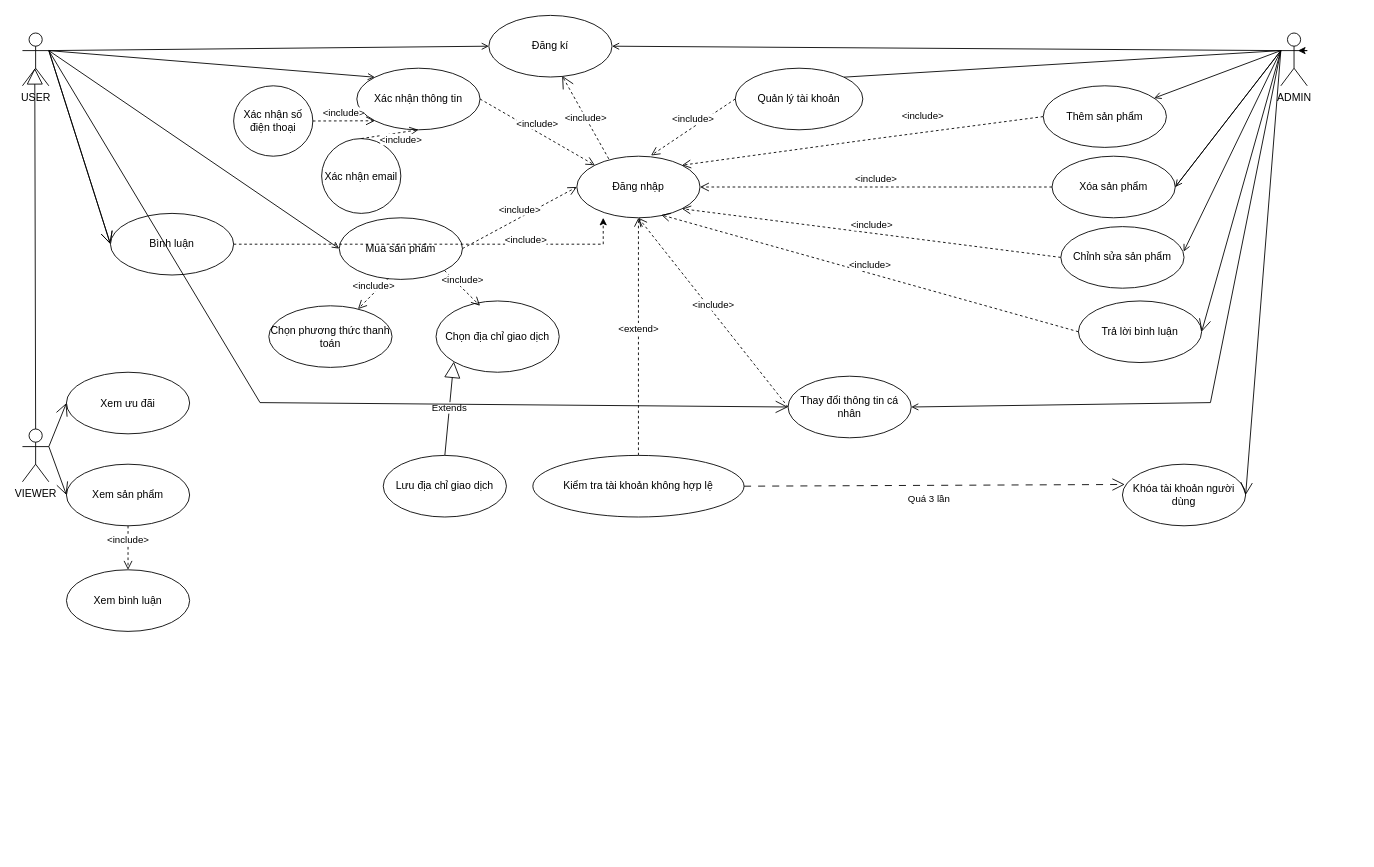
The draw.io diagram USECASE.drawio in LeeTaDa/LeTatDat, before the edit. Source tidied: cells renumbered, new cells numbered last; positions are measured from the earlier drawing's top-left corner, leaving out a move shared by most shapes. Both pictures are drawn from the tidied source at 88%, with x=0, y=0 at pixel (22, 15).
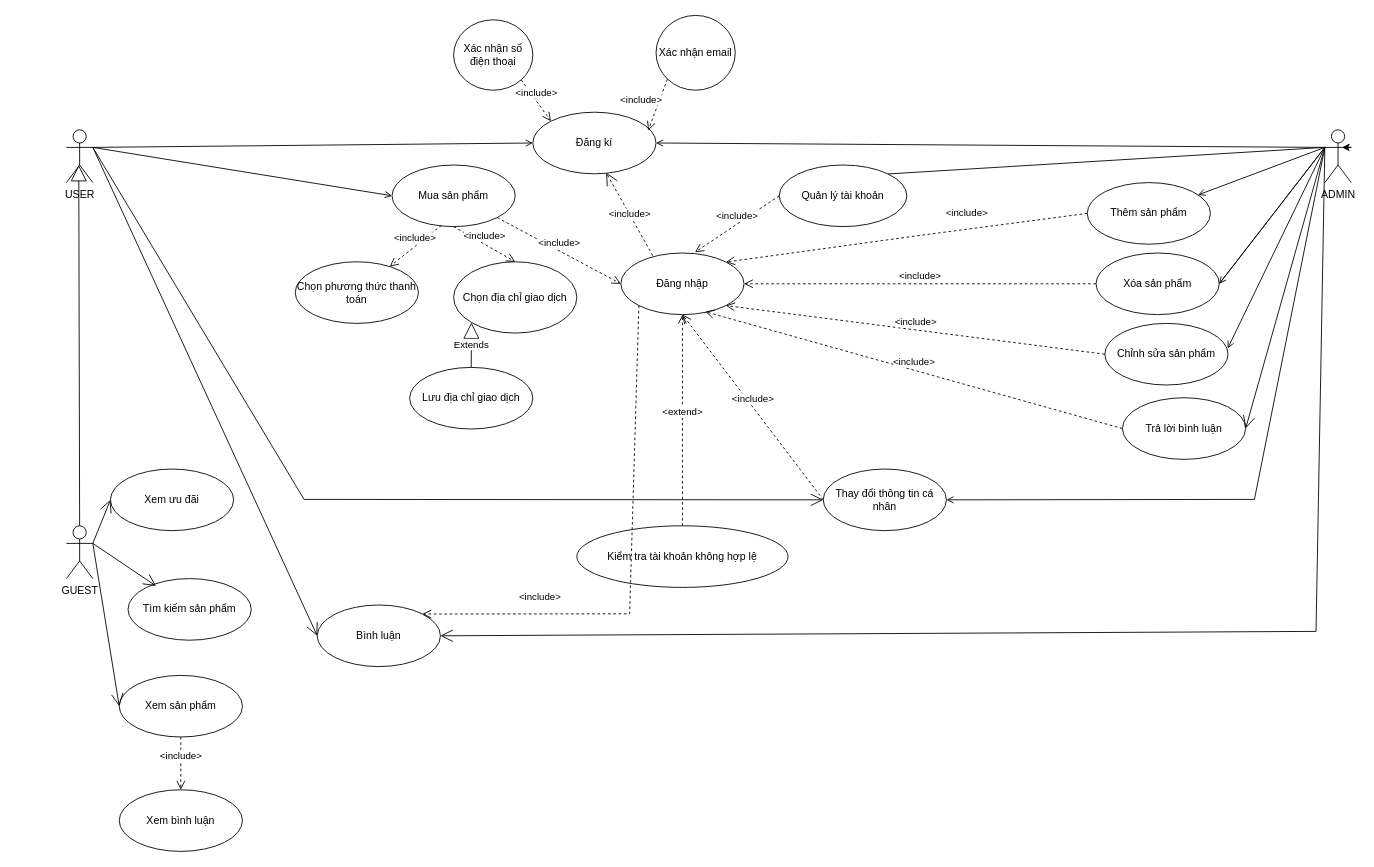
The same diagram, later.

The edit, as a diff of the source:
```diff
@@
     <mxCell id="2" value="USER&lt;div&gt;&lt;br&gt;&lt;/div&gt;" style="shape=umlActor;verticalLabelPosition=bottom;verticalAlign=top;html=1;" parent="1" vertex="1">
-      <mxGeometry y="20" width="30" height="60" as="geometry" />
+      <mxGeometry x="50" y="130" width="30" height="60" as="geometry" />
     </mxCell>
     <mxCell id="3" value="Đăng kí" style="ellipse;whiteSpace=wrap;html=1;" parent="1" vertex="1">
-      <mxGeometry x="530" width="140" height="70" as="geometry" />
+      <mxGeometry x="580" y="110" width="140" height="70" as="geometry" />
     </mxCell>
     <mxCell id="4" value="Thay đổi thông tin cá nhân" style="ellipse;whiteSpace=wrap;html=1;" parent="1" vertex="1">
-      <mxGeometry x="870" y="410" width="140" height="70" as="geometry" />
+      <mxGeometry x="910" y="515.5" width="140" height="70" as="geometry" />
     </mxCell>
     <mxCell id="5" value="Mua sản phẩm" style="ellipse;whiteSpace=wrap;html=1;" parent="1" vertex="1">
-      <mxGeometry x="360" y="230" width="140" height="70" as="geometry" />
+      <mxGeometry x="420" y="170" width="140" height="70" as="geometry" />
     </mxCell>
     <mxCell id="6" value="ADMIN&lt;div&gt;&lt;br&gt;&lt;/div&gt;" style="shape=umlActor;verticalLabelPosition=bottom;verticalAlign=top;html=1;" parent="1" vertex="1">
-      <mxGeometry x="1430" y="20" width="30" height="60" as="geometry" />
+      <mxGeometry x="1480" y="130" width="30" height="60" as="geometry" />
     </mxCell>
-    <mxCell id="7" style="endArrow=open;html=1;rounded=0;entryX=0;entryY=0.5;entryDx=0;entryDy=0;exitX=1;exitY=0.3333333333333333;exitDx=0;exitDy=0;exitPerimeter=0;endFill=0;" parent="1" edge="1" source="2" target="3">
-      <mxGeometry relative="1" as="geometry" />
+    <mxCell id="7" style="endArrow=open;html=1;rounded=0;entryX=0;entryY=0.5;entryDx=0;entryDy=0;exitX=1;exitY=0.3333333333333333;exitDx=0;exitDy=0;exitPerimeter=0;endFill=0;" parent="1" edge="1" source="2">
+      <mxGeometry relative="1" as="geometry">
+        <mxPoint x="580" y="145" as="targetPoint" />
+      </mxGeometry>
     </mxCell>
@@
-    <mxCell id="9" style="endArrow=none;html=1;rounded=0;exitX=1;exitY=0.5;exitDx=0;exitDy=0;entryX=0;entryY=0.3333333333333333;entryDx=0;entryDy=0;entryPerimeter=0;endFill=0;startArrow=open;startFill=0;" parent="1" edge="1" source="3" target="6">
-      <mxGeometry relative="1" as="geometry" />
+    <mxCell id="9" style="endArrow=none;html=1;rounded=0;exitX=1;exitY=0.5;exitDx=0;exitDy=0;entryX=0;entryY=0.3333333333333333;entryDx=0;entryDy=0;entryPerimeter=0;endFill=0;startArrow=open;startFill=0;" parent="1" edge="1" target="6">
+      <mxGeometry relative="1" as="geometry">
+        <mxPoint x="720" y="145" as="sourcePoint" />
+      </mxGeometry>
     </mxCell>
     <mxCell id="10" style="endArrow=none;html=1;rounded=0;exitX=1;exitY=0.5;exitDx=0;exitDy=0;entryX=0;entryY=0.3333333333333333;entryDx=0;entryDy=0;entryPerimeter=0;startArrow=open;startFill=0;" parent="1" edge="1" source="4" target="6">
       <mxGeometry relative="1" as="geometry">
         <Array as="points">
-          <mxPoint x="1350" y="440" />
+          <mxPoint x="1400" y="550" />
         </Array>
       </mxGeometry>
     </mxCell>
@@
     <mxCell id="12" value="Chỉnh sửa sản phẩm" style="ellipse;whiteSpace=wrap;html=1;" parent="1" vertex="1">
-      <mxGeometry x="1180" y="240" width="140" height="70" as="geometry" />
+      <mxGeometry x="1230" y="350" width="140" height="70" as="geometry" />
     </mxCell>
@@
     <mxCell id="16" value="Quản lý tài khoản" style="ellipse;whiteSpace=wrap;html=1;" parent="1" vertex="1">
-      <mxGeometry x="810" y="60" width="145" height="70" as="geometry" />
+      <mxGeometry x="860" y="170" width="145" height="70" as="geometry" />
     </mxCell>
@@
     <mxCell id="19" value="Kiểm tra tài khoản không hợp lệ" style="ellipse;whiteSpace=wrap;html=1;" parent="1" vertex="1">
-      <mxGeometry x="580" y="500" width="240" height="70" as="geometry" />
+      <mxGeometry x="630" y="580" width="240" height="70" as="geometry" />
     </mxCell>
     <mxCell id="20" value="Đăng nhập" style="ellipse;whiteSpace=wrap;html=1;" parent="1" vertex="1">
-      <mxGeometry x="630" y="160" width="140" height="70" as="geometry" />
+      <mxGeometry x="680" y="270" width="140" height="70" as="geometry" />
     </mxCell>
-    <mxCell id="21" style="endArrow=open;html=1;rounded=0;exitX=1;exitY=0.3333333333333333;exitDx=0;exitDy=0;exitPerimeter=0;entryX=0;entryY=0;entryDx=0;entryDy=0;startArrow=none;startFill=0;endFill=0;" parent="1" edge="1" source="2" target="32">
-      <mxGeometry relative="1" as="geometry" />
-    </mxCell>
-    <mxCell id="22" value="&amp;lt;include&amp;gt;" style="endArrow=open;endSize=12;dashed=1;html=1;rounded=0;exitX=0.259;exitY=0.043;exitDx=0;exitDy=0;exitPerimeter=0;entryX=0.595;entryY=0.981;entryDx=0;entryDy=0;entryPerimeter=0;" parent="1" edge="1" source="20" target="3">
-      <mxGeometry relative="1" as="geometry" />
+    <mxCell id="22" value="&amp;lt;include&amp;gt;" style="endArrow=open;endSize=12;dashed=1;html=1;rounded=0;exitX=0.259;exitY=0.043;exitDx=0;exitDy=0;exitPerimeter=0;entryX=0.595;entryY=0.981;entryDx=0;entryDy=0;entryPerimeter=0;" parent="1" edge="1" source="20">
+      <mxGeometry relative="1" as="geometry">
+        <mxPoint x="663.3" y="178.7" as="targetPoint" />
+      </mxGeometry>
     </mxCell>
@@
-    <mxCell id="25" value="&amp;lt;include&amp;gt;" style="html=1;verticalAlign=bottom;endArrow=open;dashed=1;endSize=8;curved=0;rounded=0;exitX=1;exitY=0.5;exitDx=0;exitDy=0;entryX=0;entryY=0.5;entryDx=0;entryDy=0;" parent="1" edge="1" source="5" target="20">
+    <mxCell id="25" value="&amp;lt;include&amp;gt;" style="html=1;verticalAlign=bottom;endArrow=open;dashed=1;endSize=8;curved=0;rounded=0;exitX=1;exitY=1;exitDx=0;exitDy=0;entryX=0;entryY=0.5;entryDx=0;entryDy=0;" parent="1" edge="1" source="5" target="20">
       <mxGeometry relative="1" as="geometry" />
     </mxCell>
     <mxCell id="26" value="&amp;lt;include&amp;gt;" style="html=1;verticalAlign=bottom;endArrow=open;dashed=1;endSize=8;curved=0;rounded=0;entryX=1;entryY=0;entryDx=0;entryDy=0;exitX=0;exitY=0.5;exitDx=0;exitDy=0;" parent="1" edge="1" source="30" target="20">
       <mxGeometry x="-0.34" y="-10" relative="1" as="geometry">
         <Array as="points">
-          <mxPoint x="970" y="140" />
+          <mxPoint x="1020" y="250" />
         </Array>
       </mxGeometry>
     </mxCell>
@@
     <mxCell id="30" value="Thêm sản phẩm" style="ellipse;whiteSpace=wrap;html=1;" parent="1" vertex="1">
-      <mxGeometry x="1160" y="80" width="140" height="70" as="geometry" />
+      <mxGeometry x="1210" y="190" width="140" height="70" as="geometry" />
     </mxCell>
     <mxCell id="31" value="Xóa sản phẩm" style="ellipse;whiteSpace=wrap;html=1;" parent="1" vertex="1">
-      <mxGeometry x="1170" y="160" width="140" height="70" as="geometry" />
+      <mxGeometry x="1220" y="270" width="140" height="70" as="geometry" />
     </mxCell>
-    <mxCell id="32" value="Xác nhận thông tin" style="ellipse;whiteSpace=wrap;html=1;" parent="1" vertex="1">
-      <mxGeometry x="380" y="60" width="140" height="70" as="geometry" />
-    </mxCell>
-    <mxCell id="33" value="&amp;lt;include&amp;gt;" style="html=1;verticalAlign=bottom;endArrow=open;dashed=1;endSize=8;curved=0;rounded=0;exitX=1;exitY=0.5;exitDx=0;exitDy=0;entryX=0;entryY=0;entryDx=0;entryDy=0;" parent="1" edge="1" source="32" target="20">
-      <mxGeometry relative="1" as="geometry" />
-    </mxCell>
     <mxCell id="34" value="Chọn&lt;span style=&quot;background-color: initial;&quot;&gt;&amp;nbsp;địa chỉ giao dịch&lt;/span&gt;" style="ellipse;whiteSpace=wrap;html=1;" parent="1" vertex="1">
-      <mxGeometry x="470" y="324.5" width="140" height="81" as="geometry" />
+      <mxGeometry x="490" y="280" width="140" height="81" as="geometry" />
     </mxCell>
     <mxCell id="35" value="Xác nhận số điện thoại" style="ellipse;whiteSpace=wrap;html=1;" parent="1" vertex="1">
-      <mxGeometry x="240" y="80" width="90" height="80" as="geometry" />
+      <mxGeometry x="490" y="5" width="90" height="80" as="geometry" />
     </mxCell>
     <mxCell id="36" value="Xác nhận email" style="ellipse;whiteSpace=wrap;html=1;" parent="1" vertex="1">
-      <mxGeometry x="340" y="140" width="90" height="85" as="geometry" />
+      <mxGeometry x="720" width="90" height="85" as="geometry" />
     </mxCell>
-    <mxCell id="37" value="&amp;lt;include&amp;gt;" style="html=1;verticalAlign=bottom;endArrow=open;dashed=1;endSize=8;curved=0;rounded=0;exitX=1;exitY=0.5;exitDx=0;exitDy=0;entryX=0;entryY=1;entryDx=0;entryDy=0;" parent="1" edge="1" source="35" target="32">
+    <mxCell id="37" value="&amp;lt;include&amp;gt;" style="html=1;verticalAlign=bottom;endArrow=open;dashed=1;endSize=8;curved=0;rounded=0;exitX=1;exitY=1;exitDx=0;exitDy=0;entryX=0;entryY=0;entryDx=0;entryDy=0;" parent="1" edge="1" source="35" target="3">
       <mxGeometry relative="1" as="geometry" />
     </mxCell>
-    <mxCell id="38" value="&amp;lt;include&amp;gt;" style="html=1;verticalAlign=bottom;endArrow=open;dashed=1;endSize=8;curved=0;rounded=0;exitX=0.5;exitY=0;exitDx=0;exitDy=0;entryX=0.5;entryY=1;entryDx=0;entryDy=0;" parent="1" edge="1" source="36" target="32">
+    <mxCell id="38" value="&amp;lt;include&amp;gt;" style="html=1;verticalAlign=bottom;endArrow=open;dashed=1;endSize=8;curved=0;rounded=0;exitX=0;exitY=1;exitDx=0;exitDy=0;entryX=0.936;entryY=0.296;entryDx=0;entryDy=0;entryPerimeter=0;" parent="1" edge="1" source="36" target="3">
       <mxGeometry x="0.31" y="-17" relative="1" as="geometry" />
     </mxCell>
-    <mxCell id="39" value="VIEWER&lt;div&gt;&lt;br&gt;&lt;/div&gt;" style="shape=umlActor;verticalLabelPosition=bottom;verticalAlign=top;html=1;outlineConnect=0;" parent="1" vertex="1">
-      <mxGeometry y="470" width="30" height="60" as="geometry" />
+    <mxCell id="39" value="&lt;div&gt;GUEST&lt;/div&gt;" style="shape=umlActor;verticalLabelPosition=bottom;verticalAlign=top;html=1;outlineConnect=0;" parent="1" vertex="1">
+      <mxGeometry x="50" y="580" width="30" height="60" as="geometry" />
     </mxCell>
@@
     <mxCell id="41" value="Xem sản phẩm" style="ellipse;whiteSpace=wrap;html=1;" parent="1" vertex="1">
-      <mxGeometry x="50" y="510" width="140" height="70" as="geometry" />
+      <mxGeometry x="110" y="750" width="140" height="70" as="geometry" />
     </mxCell>
     <mxCell id="42" value="Xem bình luận" style="ellipse;whiteSpace=wrap;html=1;" parent="1" vertex="1">
-      <mxGeometry x="50" y="630" width="140" height="70" as="geometry" />
+      <mxGeometry x="110" y="880" width="140" height="70" as="geometry" />
     </mxCell>
     <mxCell id="43" value="Xem ưu đãi" style="ellipse;whiteSpace=wrap;html=1;" parent="1" vertex="1">
-      <mxGeometry x="50" y="405.5" width="140" height="70" as="geometry" />
+      <mxGeometry x="100" y="515.5" width="140" height="70" as="geometry" />
     </mxCell>
@@
     <mxCell id="47" value="Chọn phương thức thanh toán" style="ellipse;whiteSpace=wrap;html=1;" parent="1" vertex="1">
-      <mxGeometry x="280" y="330" width="140" height="70" as="geometry" />
+      <mxGeometry x="310" y="280" width="140" height="70" as="geometry" />
     </mxCell>
-    <mxCell id="48" value="&amp;lt;include&amp;gt;" style="html=1;verticalAlign=bottom;endArrow=open;dashed=1;endSize=8;curved=0;rounded=0;exitX=1;exitY=1;exitDx=0;exitDy=0;" parent="1" edge="1" source="5">
-      <mxGeometry relative="1" as="geometry">
-        <mxPoint x="520" y="330" as="targetPoint" />
-      </mxGeometry>
+    <mxCell id="48" value="&amp;lt;include&amp;gt;" style="html=1;verticalAlign=bottom;endArrow=open;dashed=1;endSize=8;curved=0;rounded=0;exitX=0.5;exitY=1;exitDx=0;exitDy=0;entryX=0.5;entryY=0;entryDx=0;entryDy=0;" parent="1" edge="1" source="5" target="34">
+      <mxGeometry relative="1" as="geometry" />
     </mxCell>
@@
-    <mxCell id="50" value="Khóa tài khoản người dùng" style="ellipse;whiteSpace=wrap;html=1;" parent="1" vertex="1">
-      <mxGeometry x="1250" y="510" width="140" height="70" as="geometry" />
-    </mxCell>
-    <mxCell id="51" style="endArrow=open;endFill=1;endSize=12;html=1;rounded=0;exitX=0;exitY=0.3333333333333333;exitDx=0;exitDy=0;exitPerimeter=0;entryX=1;entryY=0.5;entryDx=0;entryDy=0;" parent="1" edge="1" source="6" target="50">
-      <mxGeometry relative="1" as="geometry" />
-    </mxCell>
-    <mxCell id="52" style="endArrow=open;endFill=1;endSize=12;html=1;rounded=0;exitX=1;exitY=0.5;exitDx=0;exitDy=0;entryX=0.019;entryY=0.329;entryDx=0;entryDy=0;entryPerimeter=0;dashed=1;dashPattern=8 8;" parent="1" edge="1" source="19" target="50">
-      <mxGeometry relative="1" as="geometry" />
-    </mxCell>
-    <mxCell id="53" value="Quá 3 lần" style="edgeLabel;html=1;align=center;verticalAlign=middle;" parent="52" vertex="1">
-      <mxGeometry x="-0.82" y="-6" relative="1" as="geometry">
-        <mxPoint x="170" y="9" as="offset" />
-      </mxGeometry>
-    </mxCell>
-    <mxCell id="54" value="Extends" style="endArrow=block;endSize=16;endFill=0;html=1;rounded=0;entryX=0;entryY=1;entryDx=0;entryDy=0;exitX=0.5;exitY=0;exitDx=0;exitDy=0;" parent="1" edge="1" source="55" target="34">
-      <mxGeometry relative="1" as="geometry" />
-    </mxCell>
     <mxCell id="55" value="Lưu địa chỉ giao dịch" style="ellipse;whiteSpace=wrap;html=1;" parent="1" vertex="1">
-      <mxGeometry x="410" y="500" width="140" height="70" as="geometry" />
+      <mxGeometry x="440" y="400" width="140" height="70" as="geometry" />
     </mxCell>
@@
-    <mxCell id="57" style="endArrow=open;endFill=1;endSize=12;html=1;rounded=0;exitX=1;exitY=0.3333333333333333;exitDx=0;exitDy=0;exitPerimeter=0;entryX=0;entryY=0.5;entryDx=0;entryDy=0;" parent="1" edge="1" source="2" target="58">
-      <mxGeometry relative="1" as="geometry" />
-    </mxCell>
     <mxCell id="58" value="Bình luận" style="ellipse;whiteSpace=wrap;html=1;" parent="1" vertex="1">
-      <mxGeometry x="100" y="225" width="140" height="70" as="geometry" />
+      <mxGeometry x="335" y="670" width="140" height="70" as="geometry" />
     </mxCell>
     <mxCell id="59" style="endArrow=open;endFill=1;endSize=12;html=1;rounded=0;entryX=0;entryY=0.5;entryDx=0;entryDy=0;exitX=1;exitY=0.3333333333333333;exitDx=0;exitDy=0;exitPerimeter=0;" parent="1" edge="1" source="2" target="4">
       <mxGeometry relative="1" as="geometry">
         <Array as="points">
-          <mxPoint x="270" y="440" />
+          <mxPoint x="320" y="550" />
         </Array>
       </mxGeometry>
     </mxCell>
-    <mxCell id="60" style="edgeStyle=orthogonalEdgeStyle;rounded=0;jettySize=auto;html=1;entryX=0.214;entryY=1;entryDx=0;entryDy=0;entryPerimeter=0;dashed=1;" parent="1" edge="1" source="58" target="20">
-      <mxGeometry relative="1" as="geometry" />
-    </mxCell>
-    <mxCell id="61" value="&amp;lt;include&amp;gt;" style="edgeLabel;html=1;align=center;verticalAlign=middle;" parent="60" vertex="1">
-      <mxGeometry x="0.47" y="6" relative="1" as="geometry" />
-    </mxCell>
     <mxCell id="62" value="Trả lời bình luận" style="ellipse;whiteSpace=wrap;html=1;" parent="1" vertex="1">
-      <mxGeometry x="1200" y="324.5" width="140" height="70" as="geometry" />
+      <mxGeometry x="1250" y="434.5" width="140" height="70" as="geometry" />
     </mxCell>
@@
+    <mxCell id="54" value="Extends" style="endArrow=block;endSize=16;endFill=0;html=1;rounded=0;entryX=0;entryY=1;entryDx=0;entryDy=0;exitX=0.5;exitY=0;exitDx=0;exitDy=0;" parent="1" edge="1" source="55" target="34">
+      <mxGeometry relative="1" as="geometry" />
+    </mxCell>
+    <mxCell id="65" style="endArrow=open;endFill=1;endSize=12;html=1;rounded=0;exitX=0;exitY=0.3333333333333333;exitDx=0;exitDy=0;exitPerimeter=0;entryX=1;entryY=0.5;entryDx=0;entryDy=0;" parent="1" edge="1" source="6" target="58">
+      <mxGeometry relative="1" as="geometry">
+        <Array as="points">
+          <mxPoint x="1470" y="700" />
+        </Array>
+      </mxGeometry>
+    </mxCell>
+    <mxCell id="66" value="&amp;lt;include&amp;gt;" style="html=1;verticalAlign=bottom;endArrow=open;dashed=1;endSize=8;curved=0;rounded=0;entryX=1;entryY=0;entryDx=0;entryDy=0;exitX=0;exitY=1;exitDx=0;exitDy=0;" parent="1" edge="1" source="20" target="58">
+      <mxGeometry x="0.54" y="-10" relative="1" as="geometry">
+        <Array as="points">
+          <mxPoint x="690" y="680" />
+        </Array>
+        <mxPoint x="-1" as="offset" />
+      </mxGeometry>
+    </mxCell>
+    <mxCell id="67" value="Tìm kiếm sản phẩm" style="ellipse;whiteSpace=wrap;html=1;" parent="1" vertex="1">
+      <mxGeometry x="120" y="640" width="140" height="70" as="geometry" />
+    </mxCell>
+    <mxCell id="68" style="endArrow=open;endFill=1;endSize=12;html=1;rounded=0;exitX=1;exitY=0.3333333333333333;exitDx=0;exitDy=0;exitPerimeter=0;entryX=0.228;entryY=0.12;entryDx=0;entryDy=0;entryPerimeter=0;" parent="1" edge="1" source="39" target="67">
+      <mxGeometry relative="1" as="geometry" />
+    </mxCell>
```
